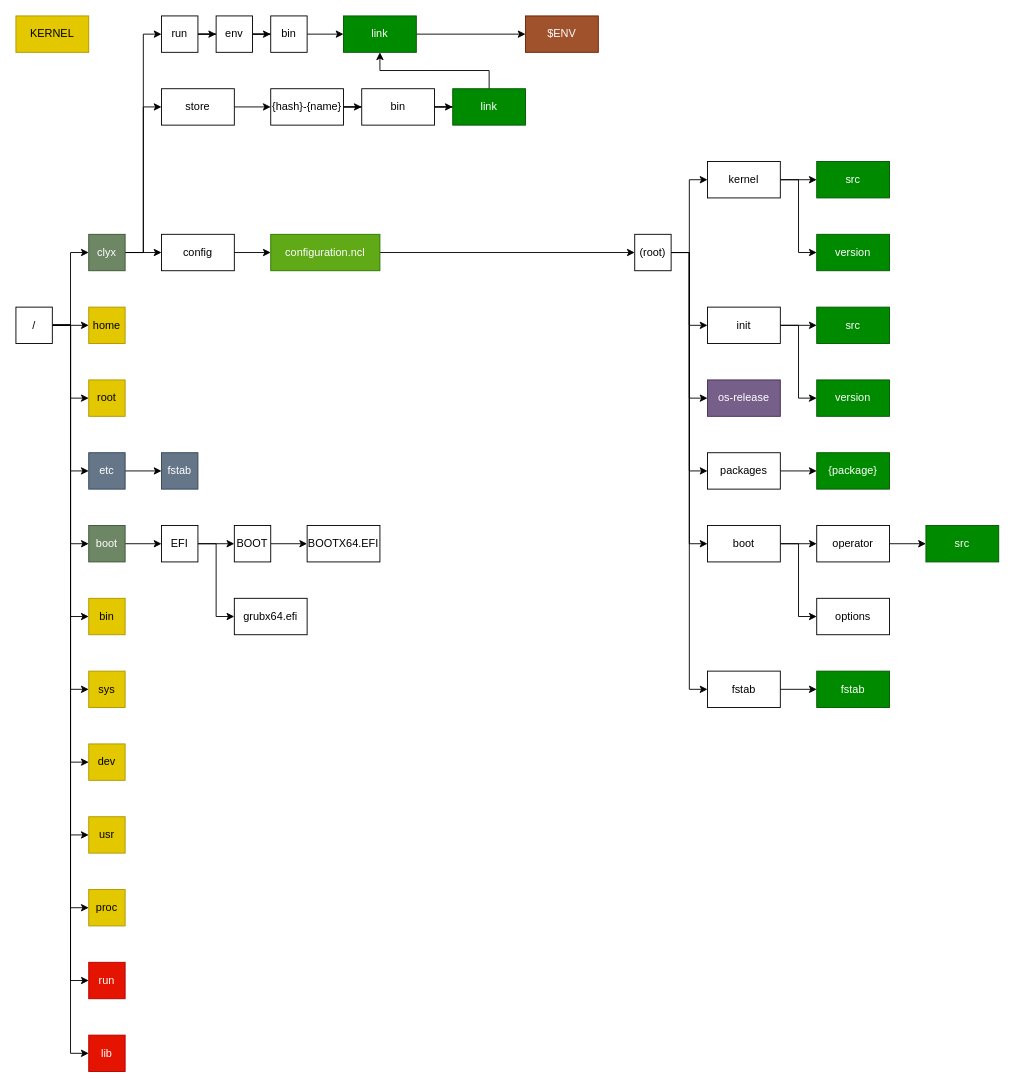
Earlier version of the draw.io diagram clyx.drawio (slawacats/clyx). Source tidied: cells renumbered, new cells numbered last; positions are measured from the earlier drawing's top-left corner, leaving out a move shared by most shapes. Both pictures are drawn from the tidied source at 91%, with x=0, y=0 at pixel (15, 15).
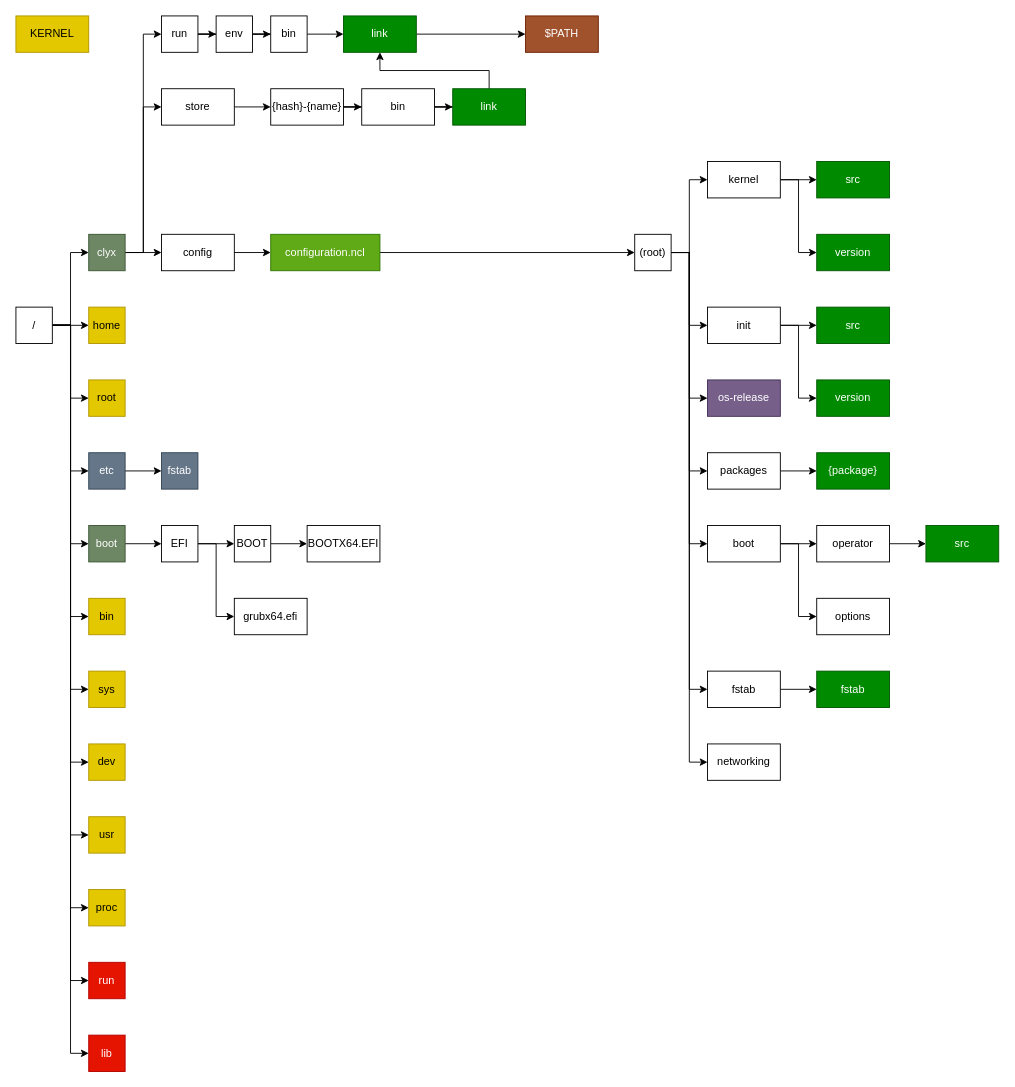
Above is the later version.

The change refers to these unchanged cells:
```xml
<mxCell id="52" value="(root)" style="rounded=0;whiteSpace=wrap;html=1;" parent="1" vertex="1">
  <mxGeometry x="680" y="240" width="40" height="40" as="geometry" />
</mxCell>
```

Change to the diagram source:
```diff
@@
+    <mxCell id="93" style="edgeStyle=orthogonalEdgeStyle;rounded=0;jettySize=auto;html=1;entryX=0;entryY=0.5;entryDx=0;entryDy=0;" parent="1" edge="1" source="52" target="94">
+      <mxGeometry relative="1" as="geometry" />
+    </mxCell>
@@
-    <mxCell id="67" value="$ENV" style="rounded=0;whiteSpace=wrap;html=1;fillColor=#a0522d;fontColor=#ffffff;strokeColor=#6D1F00;" parent="1" vertex="1">
+    <mxCell id="67" value="$PATH" style="rounded=0;whiteSpace=wrap;html=1;fillColor=#a0522d;fontColor=#ffffff;strokeColor=#6D1F00;" parent="1" vertex="1">
       <mxGeometry x="560" width="80" height="40" as="geometry" />
     </mxCell>
@@
+    <mxCell id="94" value="networking" style="rounded=0;whiteSpace=wrap;html=1;" parent="1" vertex="1">
+      <mxGeometry x="760" y="800" width="80" height="40" as="geometry" />
+    </mxCell>
```
